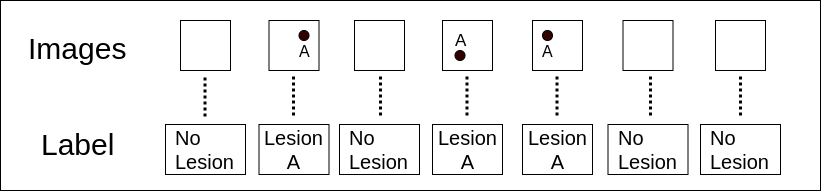
shinn1r0/endoscopic_images2karte keeps this draw.io diagram as fig/ieice0_0.png. Above is the earlier version. Source tidied: cells renumbered, new cells last; positions are measured from the earlier drawing's top-left corner, leaving out a move shared by most shapes. Source of this version:
```xml
<mxGraphModel>
  <root>
    <mxCell id="0" />
    <mxCell id="1" parent="0" />
    <mxCell id="2" style="rounded=0;whiteSpace=wrap;html=1;" parent="1" vertex="1">
      <mxGeometry width="820" height="190" as="geometry" />
    </mxCell>
    <mxCell id="3" style="rounded=0;whiteSpace=wrap;html=1;" parent="1" vertex="1">
      <mxGeometry x="180" y="20" width="50" height="50" as="geometry" />
    </mxCell>
    <mxCell id="4" style="rounded=0;whiteSpace=wrap;html=1;" parent="1" vertex="1">
      <mxGeometry x="268.5" y="20" width="50" height="50" as="geometry" />
    </mxCell>
    <mxCell id="5" style="rounded=0;whiteSpace=wrap;html=1;" parent="1" vertex="1">
      <mxGeometry x="354" y="20" width="50" height="50" as="geometry" />
    </mxCell>
    <mxCell id="6" style="rounded=0;whiteSpace=wrap;html=1;" parent="1" vertex="1">
      <mxGeometry x="442" y="20" width="50" height="50" as="geometry" />
    </mxCell>
    <mxCell id="7" style="rounded=0;whiteSpace=wrap;html=1;" parent="1" vertex="1">
      <mxGeometry x="532" y="20" width="50" height="50" as="geometry" />
    </mxCell>
    <mxCell id="8" style="rounded=0;whiteSpace=wrap;html=1;" parent="1" vertex="1">
      <mxGeometry x="622.5" y="20" width="50" height="50" as="geometry" />
    </mxCell>
    <mxCell id="9" style="rounded=0;whiteSpace=wrap;html=1;" parent="1" vertex="1">
      <mxGeometry x="715" y="20" width="50" height="50" as="geometry" />
    </mxCell>
    <mxCell id="10" style="ellipse;whiteSpace=wrap;html=1;fillColor=#330000;" parent="1" vertex="1">
      <mxGeometry x="298.5" y="30" width="10" height="10" as="geometry" />
    </mxCell>
    <mxCell id="11" style="ellipse;whiteSpace=wrap;html=1;fillColor=#330000;" parent="1" vertex="1">
      <mxGeometry x="454.5" y="50" width="10" height="10" as="geometry" />
    </mxCell>
    <mxCell id="12" style="ellipse;whiteSpace=wrap;html=1;fillColor=#330000;" parent="1" vertex="1">
      <mxGeometry x="542" y="30" width="10" height="10" as="geometry" />
    </mxCell>
    <mxCell id="13" value="&lt;font style=&quot;font-size: 16px&quot;&gt;A&lt;/font&gt;" style="text;html=1;align=center;verticalAlign=middle;" parent="1" vertex="1">
      <mxGeometry x="289.5" y="40" width="30" height="20" as="geometry" />
    </mxCell>
    <mxCell id="14" value="&lt;font style=&quot;font-size: 17px&quot;&gt;A&lt;/font&gt;" style="text;html=1;align=center;verticalAlign=middle;" parent="1" vertex="1">
      <mxGeometry x="445.5" y="30" width="30" height="20" as="geometry" />
    </mxCell>
    <mxCell id="15" value="&lt;font style=&quot;font-size: 16px&quot;&gt;A&lt;/font&gt;" style="text;html=1;align=center;verticalAlign=middle;" parent="1" vertex="1">
      <mxGeometry x="532" y="40" width="30" height="20" as="geometry" />
    </mxCell>
    <mxCell id="16" value="&lt;font style=&quot;font-size: 20px&quot;&gt;No&lt;br&gt;Lesion&lt;/font&gt;" style="text;html=1;align=left;verticalAlign=middle;strokeColor=#000000;spacingLeft=7;" parent="1" vertex="1">
      <mxGeometry x="165" y="124" width="80" height="50" as="geometry" />
    </mxCell>
    <mxCell id="17" value="&lt;font style=&quot;font-size: 20px&quot;&gt;Lesion&lt;br&gt;A&lt;/font&gt;" style="text;html=1;align=center;verticalAlign=middle;strokeColor=#000000;" parent="1" vertex="1">
      <mxGeometry x="258.5" y="124" width="70" height="50" as="geometry" />
    </mxCell>
    <mxCell id="18" value="&lt;font style=&quot;font-size: 30px&quot;&gt;Images&lt;/font&gt;" style="text;html=1;align=center;verticalAlign=middle;" parent="1" vertex="1">
      <mxGeometry x="22" y="33" width="110" height="30" as="geometry" />
    </mxCell>
    <mxCell id="19" value="&lt;font style=&quot;font-size: 30px&quot;&gt;Label&lt;br&gt;&lt;/font&gt;" style="text;html=1;align=center;verticalAlign=middle;" parent="1" vertex="1">
      <mxGeometry x="32" y="129" width="90" height="30" as="geometry" />
    </mxCell>
    <mxCell id="20" style="endArrow=none;dashed=1;html=1;dashPattern=1 1;strokeWidth=3;" parent="1" edge="1">
      <mxGeometry relative="1" as="geometry">
        <mxPoint x="204.5" y="116" as="sourcePoint" />
        <mxPoint x="204.5" y="75" as="targetPoint" />
      </mxGeometry>
    </mxCell>
    <mxCell id="21" value="&lt;font style=&quot;font-size: 20px&quot;&gt;No&lt;br&gt;Lesion&lt;/font&gt;" style="text;html=1;align=left;verticalAlign=middle;strokeColor=#000000;spacingLeft=7;" parent="1" vertex="1">
      <mxGeometry x="339" y="124" width="80" height="50" as="geometry" />
    </mxCell>
    <mxCell id="22" value="&lt;font style=&quot;font-size: 20px&quot;&gt;No&lt;br&gt;Lesion&lt;/font&gt;" style="text;html=1;align=left;verticalAlign=middle;strokeColor=#000000;spacingLeft=7;" parent="1" vertex="1">
      <mxGeometry x="607.5" y="124" width="80" height="50" as="geometry" />
    </mxCell>
    <mxCell id="23" value="&lt;font style=&quot;font-size: 20px&quot;&gt;No&lt;br&gt;Lesion&lt;/font&gt;" style="text;html=1;align=left;verticalAlign=middle;strokeColor=#000000;spacingLeft=7;" parent="1" vertex="1">
      <mxGeometry x="700" y="124" width="80" height="50" as="geometry" />
    </mxCell>
    <mxCell id="24" value="&lt;font style=&quot;font-size: 20px&quot;&gt;Lesion&lt;br&gt;A&lt;/font&gt;" style="text;html=1;align=center;verticalAlign=middle;strokeColor=#000000;" parent="1" vertex="1">
      <mxGeometry x="432" y="124" width="70" height="50" as="geometry" />
    </mxCell>
    <mxCell id="25" value="&lt;font style=&quot;font-size: 20px&quot;&gt;Lesion&lt;br&gt;A&lt;/font&gt;" style="text;html=1;align=center;verticalAlign=middle;strokeColor=#000000;" parent="1" vertex="1">
      <mxGeometry x="522" y="124" width="70" height="50" as="geometry" />
    </mxCell>
    <mxCell id="26" style="endArrow=none;dashed=1;html=1;dashPattern=1 1;strokeWidth=3;" parent="1" edge="1">
      <mxGeometry relative="1" as="geometry">
        <mxPoint x="740" y="115" as="sourcePoint" />
        <mxPoint x="740" y="75" as="targetPoint" />
      </mxGeometry>
    </mxCell>
    <mxCell id="27" style="endArrow=none;dashed=1;html=1;dashPattern=1 1;strokeWidth=3;" parent="1" edge="1">
      <mxGeometry relative="1" as="geometry">
        <mxPoint x="650" y="115" as="sourcePoint" />
        <mxPoint x="650" y="75" as="targetPoint" />
      </mxGeometry>
    </mxCell>
    <mxCell id="28" style="endArrow=none;dashed=1;html=1;dashPattern=1 1;strokeWidth=3;" parent="1" edge="1">
      <mxGeometry relative="1" as="geometry">
        <mxPoint x="556.5" y="115" as="sourcePoint" />
        <mxPoint x="556.5" y="75" as="targetPoint" />
      </mxGeometry>
    </mxCell>
    <mxCell id="29" style="endArrow=none;dashed=1;html=1;dashPattern=1 1;strokeWidth=3;" parent="1" edge="1">
      <mxGeometry relative="1" as="geometry">
        <mxPoint x="466.5" y="115" as="sourcePoint" />
        <mxPoint x="466.5" y="75" as="targetPoint" />
      </mxGeometry>
    </mxCell>
    <mxCell id="30" style="endArrow=none;dashed=1;html=1;dashPattern=1 1;strokeWidth=3;" parent="1" edge="1">
      <mxGeometry relative="1" as="geometry">
        <mxPoint x="380" y="115" as="sourcePoint" />
        <mxPoint x="380" y="75" as="targetPoint" />
      </mxGeometry>
    </mxCell>
    <mxCell id="31" style="endArrow=none;dashed=1;html=1;dashPattern=1 1;strokeWidth=3;" parent="1" edge="1">
      <mxGeometry relative="1" as="geometry">
        <mxPoint x="293" y="115" as="sourcePoint" />
        <mxPoint x="293" y="75" as="targetPoint" />
      </mxGeometry>
    </mxCell>
  </root>
</mxGraphModel>
```
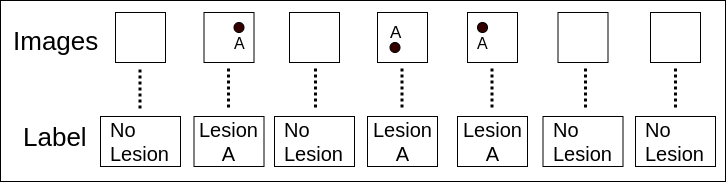
Above is the later version.

Change to the diagram source:
```diff
@@ -3,7 +3,7 @@
     <mxCell id="0" />
     <mxCell id="1" parent="0" />
     <mxCell id="2" style="rounded=0;whiteSpace=wrap;html=1;" parent="1" vertex="1">
-      <mxGeometry width="820" height="190" as="geometry" />
+      <mxGeometry x="65" y="8" width="725" height="181" as="geometry" />
     </mxCell>
     <mxCell id="3" style="rounded=0;whiteSpace=wrap;html=1;" parent="1" vertex="1">
       <mxGeometry x="180" y="20" width="50" height="50" as="geometry" />
@@ -50,11 +50,11 @@
     <mxCell id="17" value="&lt;font style=&quot;font-size: 20px&quot;&gt;Lesion&lt;br&gt;A&lt;/font&gt;" style="text;html=1;align=center;verticalAlign=middle;strokeColor=#000000;" parent="1" vertex="1">
       <mxGeometry x="258.5" y="124" width="70" height="50" as="geometry" />
     </mxCell>
-    <mxCell id="18" value="&lt;font style=&quot;font-size: 30px&quot;&gt;Images&lt;/font&gt;" style="text;html=1;align=center;verticalAlign=middle;" parent="1" vertex="1">
-      <mxGeometry x="22" y="33" width="110" height="30" as="geometry" />
+    <mxCell id="18" value="&lt;font style=&quot;font-size: 26px&quot;&gt;Images&lt;/font&gt;" style="text;html=1;align=center;verticalAlign=middle;" parent="1" vertex="1">
+      <mxGeometry x="70" y="38" width="100" height="20" as="geometry" />
     </mxCell>
-    <mxCell id="19" value="&lt;font style=&quot;font-size: 30px&quot;&gt;Label&lt;br&gt;&lt;/font&gt;" style="text;html=1;align=center;verticalAlign=middle;" parent="1" vertex="1">
-      <mxGeometry x="32" y="129" width="90" height="30" as="geometry" />
+    <mxCell id="19" value="&lt;font&gt;&lt;font style=&quot;font-size: 26px&quot;&gt;Label&lt;/font&gt;&lt;br&gt;&lt;/font&gt;" style="text;html=1;align=center;verticalAlign=middle;" parent="1" vertex="1">
+      <mxGeometry x="80" y="134" width="80" height="20" as="geometry" />
     </mxCell>
     <mxCell id="20" style="endArrow=none;dashed=1;html=1;dashPattern=1 1;strokeWidth=3;" parent="1" edge="1">
       <mxGeometry relative="1" as="geometry">
```
